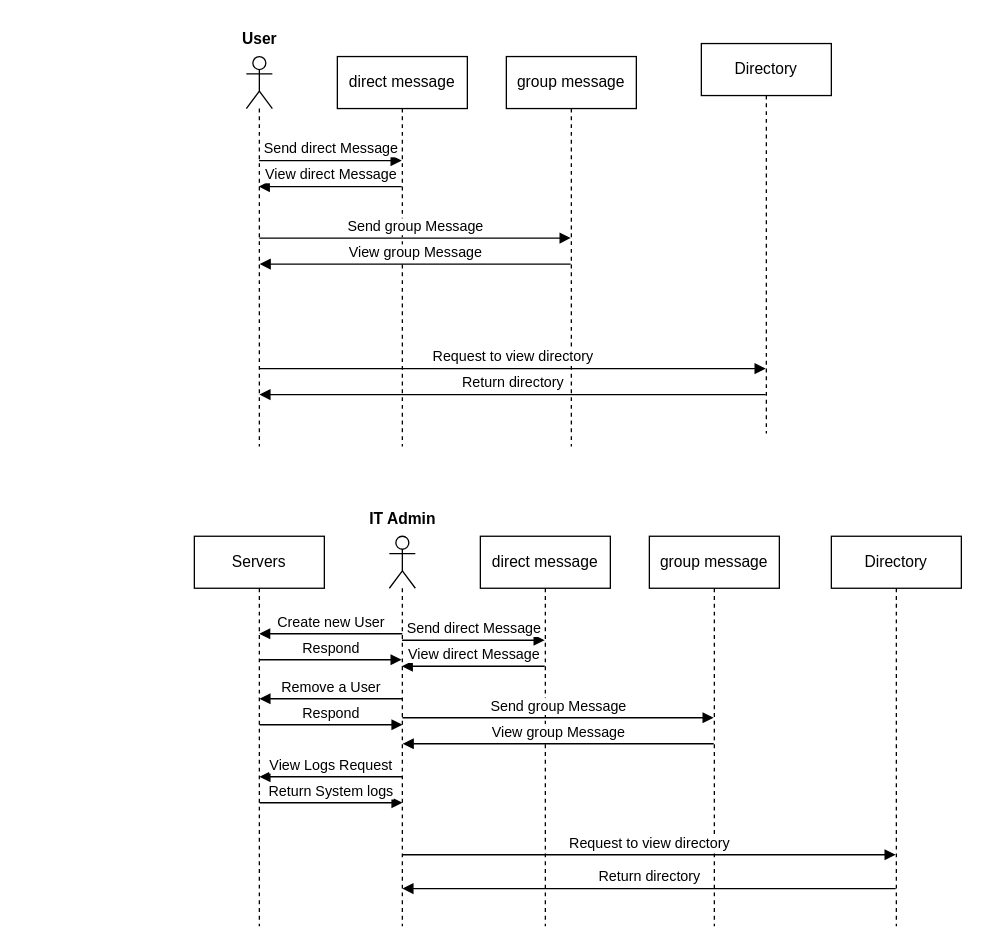
This is page "Page-2" (2 of 3) of Use_Case_Diagram/Use_Case_Diagram.drawio from Derion12/CS401_Communication_Project_Sp24, a draw.io file, before an edit. Source tidied: cells renumbered, new cells numbered last; positions are measured from the earlier drawing's top-left corner, leaving out a move shared by most shapes. Both pictures are drawn from the tidied source at 130%, with x=0, y=0 at pixel (194, 22). Pictures stored in the file or linked from it are replaced by grey dashed boxes.
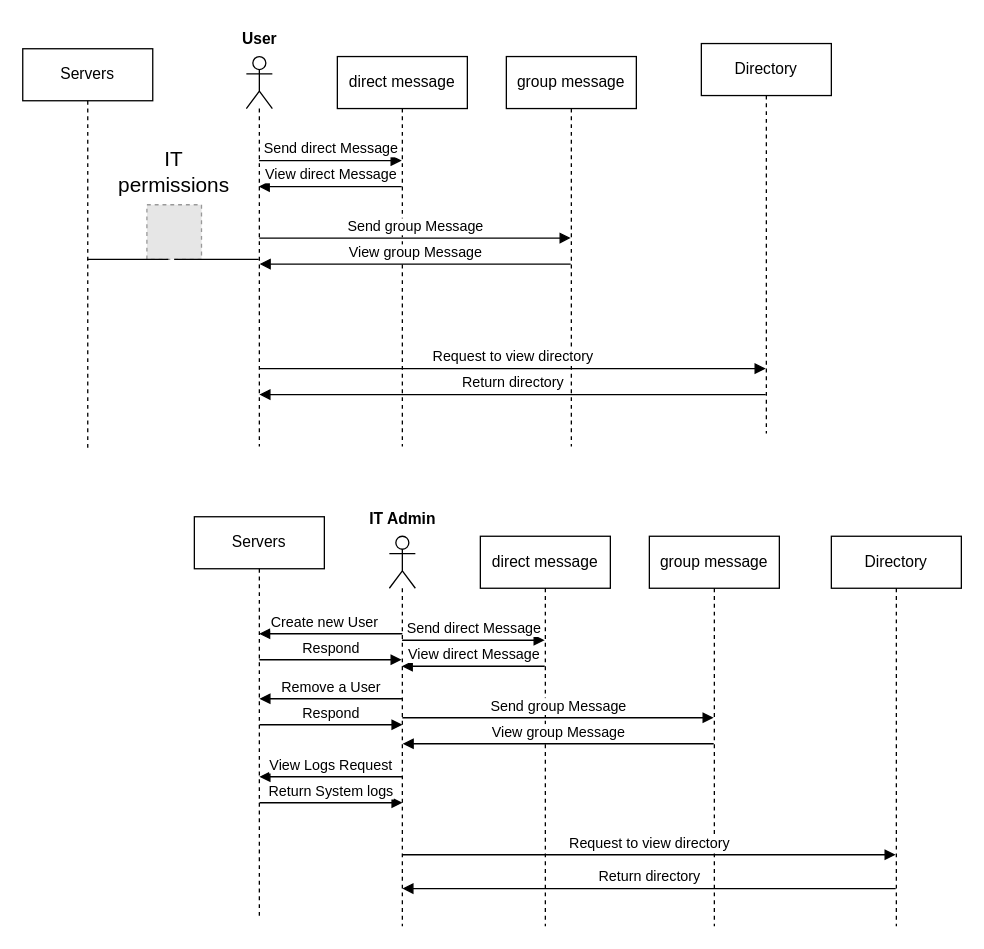
After the change.

The change refers to these unchanged cells:
```xml
<mxCell id="21" style="shape=umlLifeline;perimeter=lifelinePerimeter;whiteSpace=wrap;html=1;outlineConnect=0;portConstraint=eastwest;newEdgeStyle={&quot;curved&quot;:0,&quot;rounded&quot;:0};participant=umlActor;" parent="20" vertex="1">
  <mxGeometry x="30" y="26" width="20" height="300" as="geometry" />
</mxCell>
```

What changed in the source:
```diff
@@
     <mxCell id="12" value="Servers" style="shape=umlLifeline;perimeter=lifelinePerimeter;whiteSpace=wrap;html=1;outlineConnect=0;portConstraint=eastwest;newEdgeStyle={&quot;curved&quot;:0,&quot;rounded&quot;:0};" parent="1" vertex="1">
-      <mxGeometry y="395" width="100" height="300" as="geometry" />
+      <mxGeometry x="-132" y="20" width="100" height="310" as="geometry" />
     </mxCell>
@@
     <mxCell id="15" value="Create new User" style="html=1;verticalAlign=bottom;endArrow=block;curved=0;rounded=0;" parent="1" edge="1">
-      <mxGeometry relative="1" as="geometry">
+      <mxGeometry x="0.09" relative="1" as="geometry">
         <mxPoint x="160" y="470" as="sourcePoint" />
         <mxPoint x="49.8" y="470" as="targetPoint" />
       </mxGeometry>
     </mxCell>
@@
     <mxCell id="20" style="group;" parent="1" vertex="1">
-      <mxGeometry x="10" width="480" height="326" as="geometry" />
+      <mxGeometry x="10" width="480" height="690" as="geometry" />
     </mxCell>
@@
+    <mxCell id="32" value="Servers" style="shape=umlLifeline;perimeter=lifelinePerimeter;whiteSpace=wrap;html=1;newEdgeStyle={&quot;curved&quot;:0,&quot;rounded&quot;:0};" parent="20" vertex="1">
+      <mxGeometry x="-10" y="380" width="100" height="310" as="geometry" />
+    </mxCell>
+    <mxCell id="33" style="fillColor=#E6E6E6;strokeColor=#999999;dashed=1;verticalLabelPosition=bottom;labelBackgroundColor=default;verticalAlign=top;" parent="1" vertex="1">
+      <mxGeometry x="-36.5" y="140" width="42" height="42" as="geometry" />
+    </mxCell>
+    <mxCell id="34" style="endArrow=none;html=1;rounded=0;fontSize=12;startSize=8;endSize=8;curved=1;" parent="1" edge="1" source="12">
+      <mxGeometry relative="1" as="geometry">
+        <mxPoint x="-20" y="182" as="targetPoint" />
+      </mxGeometry>
+    </mxCell>
+    <mxCell id="35" style="endArrow=none;html=1;rounded=0;fontSize=12;startSize=8;endSize=8;curved=1;entryX=0.5;entryY=1;entryDx=0;entryDy=0;" parent="1" edge="1" source="21" target="33">
+      <mxGeometry relative="1" as="geometry" />
+    </mxCell>
+    <mxCell id="36" value="IT permissions" style="text;html=1;align=center;verticalAlign=middle;whiteSpace=wrap;rounded=0;fontSize=16;" parent="1" vertex="1">
+      <mxGeometry x="-50" y="100" width="69" height="30" as="geometry" />
+    </mxCell>
```
